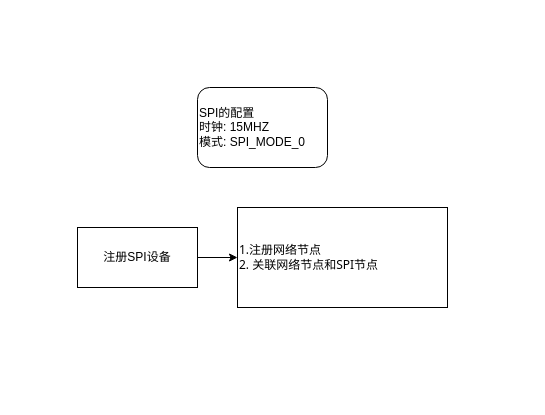
Earlier version of the draw.io diagram common/未命名绘图.drawio (huguanghui/umls). Source tidied: cells renumbered, new cells numbered last; positions are measured from the earlier drawing's top-left corner, leaving out a move shared by most shapes. Both pictures are drawn from the tidied source at 100%, with x=0, y=0 at pixel (77, 87).
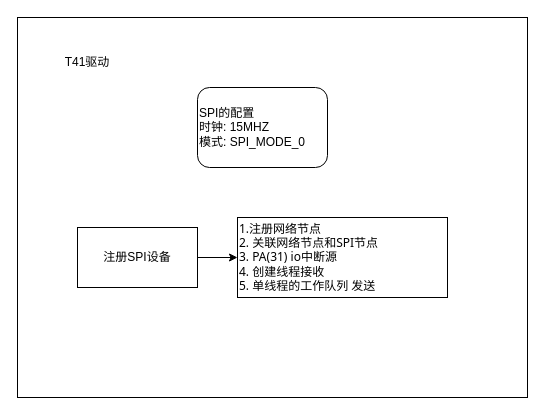
Above is the later version.

Change to the diagram source:
```diff
@@
 <mxGraphModel>
   <root>
     <mxCell id="0" />
     <mxCell id="1" parent="0" />
     <mxCell id="2" style="edgeStyle=orthogonalEdgeStyle;rounded=0;jettySize=auto;html=1;exitX=1;exitY=0.5;exitDx=0;exitDy=0;entryX=0;entryY=0.5;entryDx=0;entryDy=0;" parent="1" edge="1" source="3" target="4">
       <mxGeometry relative="1" as="geometry" />
     </mxCell>
     <mxCell id="3" value="注册SPI设备" style="rounded=0;whiteSpace=wrap;html=1;" parent="1" vertex="1">
       <mxGeometry y="140" width="120" height="60" as="geometry" />
     </mxCell>
-    <mxCell id="4" value="1.注册网络节点&lt;br&gt;2. 关联网络节点和SPI节点&lt;br&gt;" style="rounded=0;whiteSpace=wrap;html=1;align=left;fontFamily=Tahoma;" parent="1" vertex="1">
-      <mxGeometry x="160" y="120" width="210" height="100" as="geometry" />
+    <mxCell id="4" value="1.注册网络节点&lt;br&gt;2. 关联网络节点和SPI节点&lt;br&gt;3. PA(31) io中断源&lt;br&gt;4. 创建线程接收&lt;br&gt;5. 单线程的工作队列 发送" style="rounded=0;whiteSpace=wrap;html=1;align=left;fontFamily=Tahoma;" parent="1" vertex="1">
+      <mxGeometry x="160" y="130" width="210" height="80" as="geometry" />
     </mxCell>
     <mxCell id="5" value="SPI的配置&lt;br&gt;时钟: 15MHZ&lt;br&gt;模式: SPI_MODE_0" style="rounded=1;whiteSpace=wrap;html=1;align=left;" parent="1" vertex="1">
       <mxGeometry x="120" width="130" height="80" as="geometry" />
     </mxCell>
+    <mxCell id="6" style="rounded=0;whiteSpace=wrap;html=1;fillColor=none;" parent="1" vertex="1">
+      <mxGeometry x="-60" y="-70" width="510" height="380" as="geometry" />
+    </mxCell>
+    <mxCell id="7" value="T41驱动" style="text;html=1;strokeColor=none;fillColor=none;align=center;verticalAlign=middle;whiteSpace=wrap;rounded=0;" parent="1" vertex="1">
+      <mxGeometry x="-20" y="-40" width="60" height="30" as="geometry" />
+    </mxCell>
   </root>
 </mxGraphModel>
```
